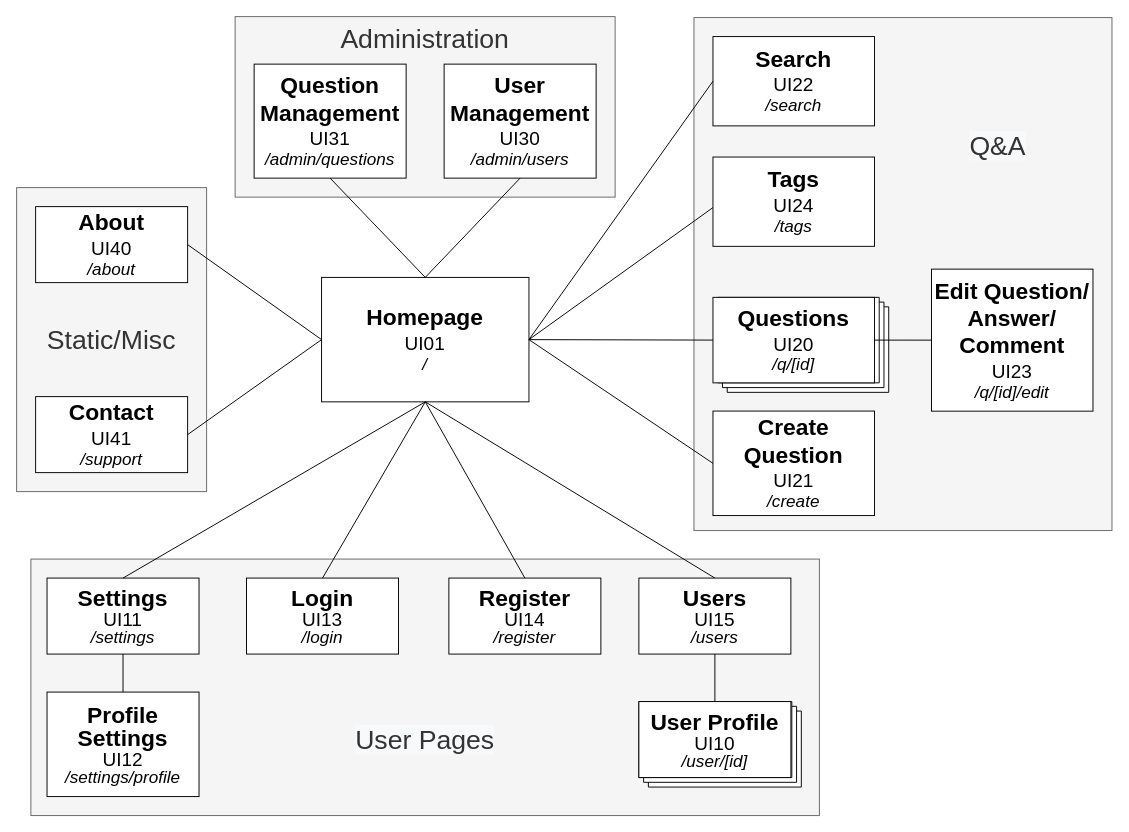
This is docs/sitemap.drawio from FabioMiguel2000/iNeedHelp, a draw.io file, before an edit. Source tidied: cells renumbered, new cells numbered last; positions are measured from the earlier drawing's top-left corner, leaving out a move shared by most shapes. Both pictures are drawn from the tidied source at 95%, with x=0, y=0 at pixel (16, 16).
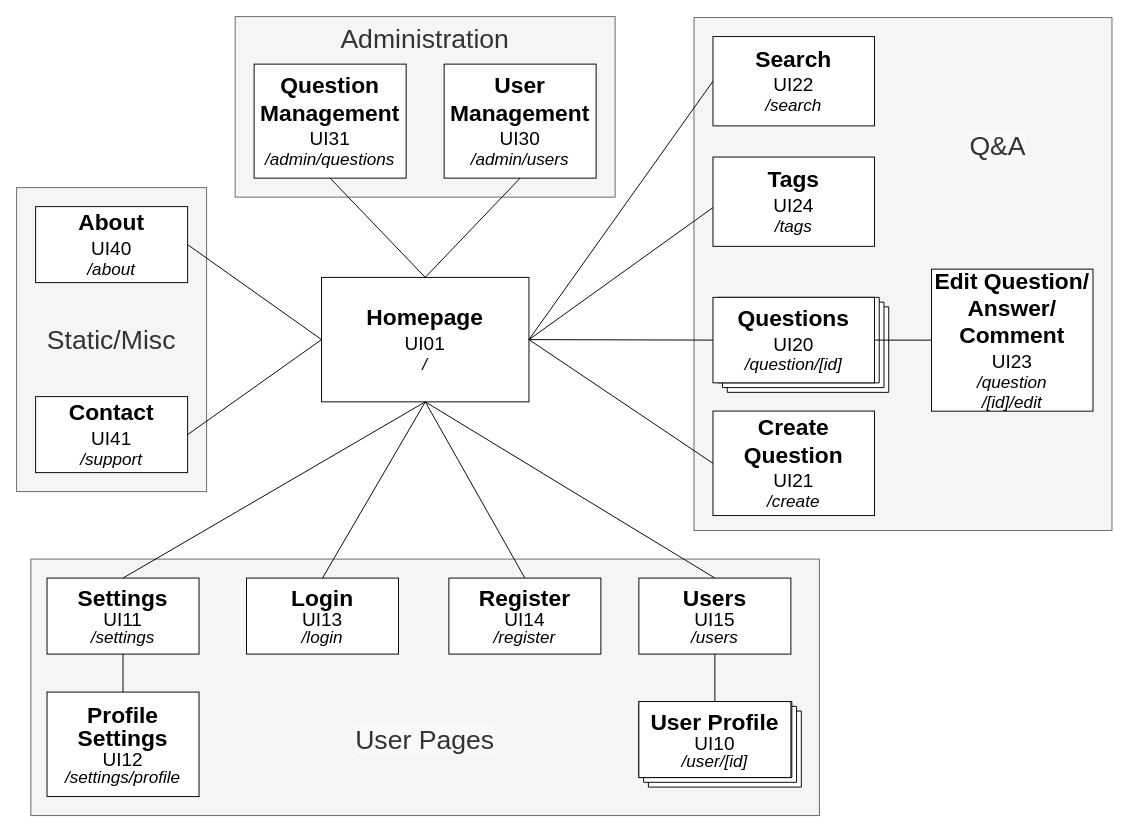
The same page after the edit.

Commit message:
question instead of q

The edit, as a diff of the source:
```diff
@@
-    <mxCell id="9" value="&lt;font&gt;&lt;b&gt;&lt;span style=&quot;font-size: 24px&quot;&gt;Questions&lt;/span&gt;&lt;br&gt;&lt;/b&gt;&lt;/font&gt;&lt;font&gt;&lt;span style=&quot;font-size: 20px&quot;&gt;UI20&lt;/span&gt;&lt;br&gt;&lt;font style=&quot;font-size: 18px&quot;&gt;&lt;i&gt;/q/[id]&lt;/i&gt;&lt;/font&gt;&lt;br&gt;&lt;/font&gt;" style="rounded=0;whiteSpace=wrap;html=1;fillColor=default;strokeColor=default;fontColor=default;shadow=0;spacing=2;" parent="1" vertex="1">
+    <mxCell id="9" value="&lt;font&gt;&lt;b&gt;&lt;span style=&quot;font-size: 24px&quot;&gt;Questions&lt;/span&gt;&lt;br&gt;&lt;/b&gt;&lt;/font&gt;&lt;font&gt;&lt;span style=&quot;font-size: 20px&quot;&gt;UI20&lt;/span&gt;&lt;br&gt;&lt;font style=&quot;font-size: 18px&quot;&gt;&lt;i&gt;/question/[id]&lt;/i&gt;&lt;/font&gt;&lt;br&gt;&lt;/font&gt;" style="rounded=0;whiteSpace=wrap;html=1;fillColor=default;strokeColor=default;fontColor=default;shadow=0;spacing=2;" parent="1" vertex="1">
       <mxGeometry x="733" y="295.5" width="170" height="90" as="geometry" />
     </mxCell>
@@
-    <mxCell id="34" value="&lt;font&gt;&lt;b&gt;&lt;span style=&quot;font-size: 24px&quot;&gt;Edit Question/&lt;br&gt;Answer/&lt;br&gt;Comment&lt;/span&gt;&lt;br&gt;&lt;/b&gt;&lt;/font&gt;&lt;font&gt;&lt;span style=&quot;font-size: 20px&quot;&gt;UI23&lt;/span&gt;&lt;br&gt;&lt;font style=&quot;font-size: 18px&quot;&gt;&lt;i&gt;/q/[id]/edit&lt;/i&gt;&lt;/font&gt;&lt;br&gt;&lt;/font&gt;" style="rounded=0;whiteSpace=wrap;html=1;fillColor=default;strokeColor=default;fontColor=default;shadow=0;spacing=2;" parent="1" vertex="1">
+    <mxCell id="34" value="&lt;font&gt;&lt;b&gt;&lt;span style=&quot;font-size: 24px&quot;&gt;Edit Question/&lt;br&gt;Answer/&lt;br&gt;Comment&lt;/span&gt;&lt;br&gt;&lt;/b&gt;&lt;/font&gt;&lt;font&gt;&lt;span style=&quot;font-size: 20px&quot;&gt;UI23&lt;/span&gt;&lt;br&gt;&lt;font style=&quot;font-size: 18px&quot;&gt;&lt;i&gt;/&lt;/i&gt;&lt;i&gt;question&lt;/i&gt;&lt;i&gt;&lt;br&gt;/[id]/edit&lt;/i&gt;&lt;/font&gt;&lt;br&gt;&lt;/font&gt;" style="rounded=0;whiteSpace=wrap;html=1;fillColor=default;strokeColor=default;fontColor=default;shadow=0;spacing=2;" parent="1" vertex="1">
       <mxGeometry x="963" y="265.8" width="170" height="149.5" as="geometry" />
     </mxCell>
```
